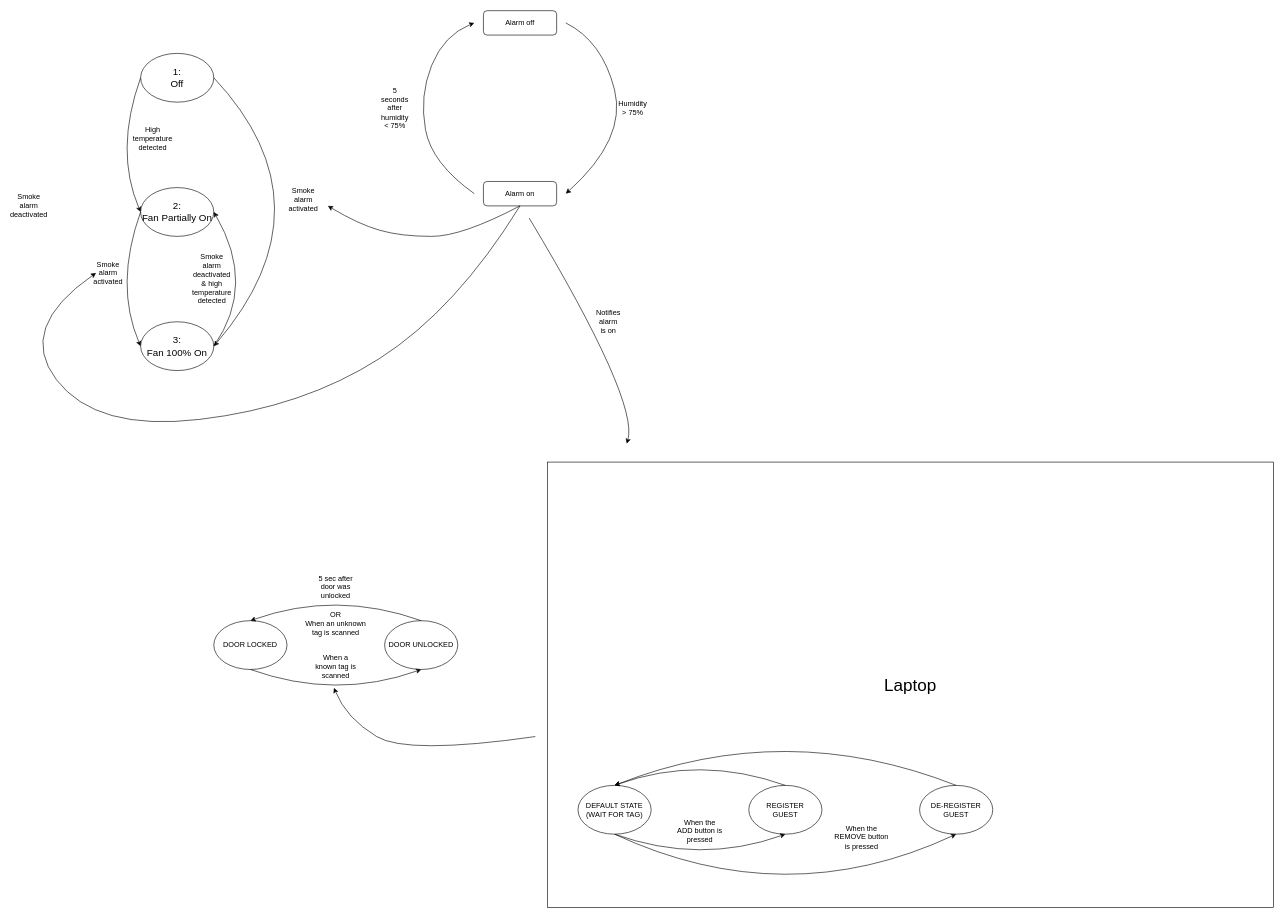
Before: page "Combined Diagrams" (1 of 4) of StudentHouse.drawio in danailgrgv/Smart-home-sem1-project, a draw.io diagram. Source tidied: cells renumbered, new cells numbered last; positions are measured from the earlier drawing's top-left corner, leaving out a move shared by most shapes. Both pictures are drawn from the tidied source at 61%, with x=0, y=0 at pixel (16, 10).
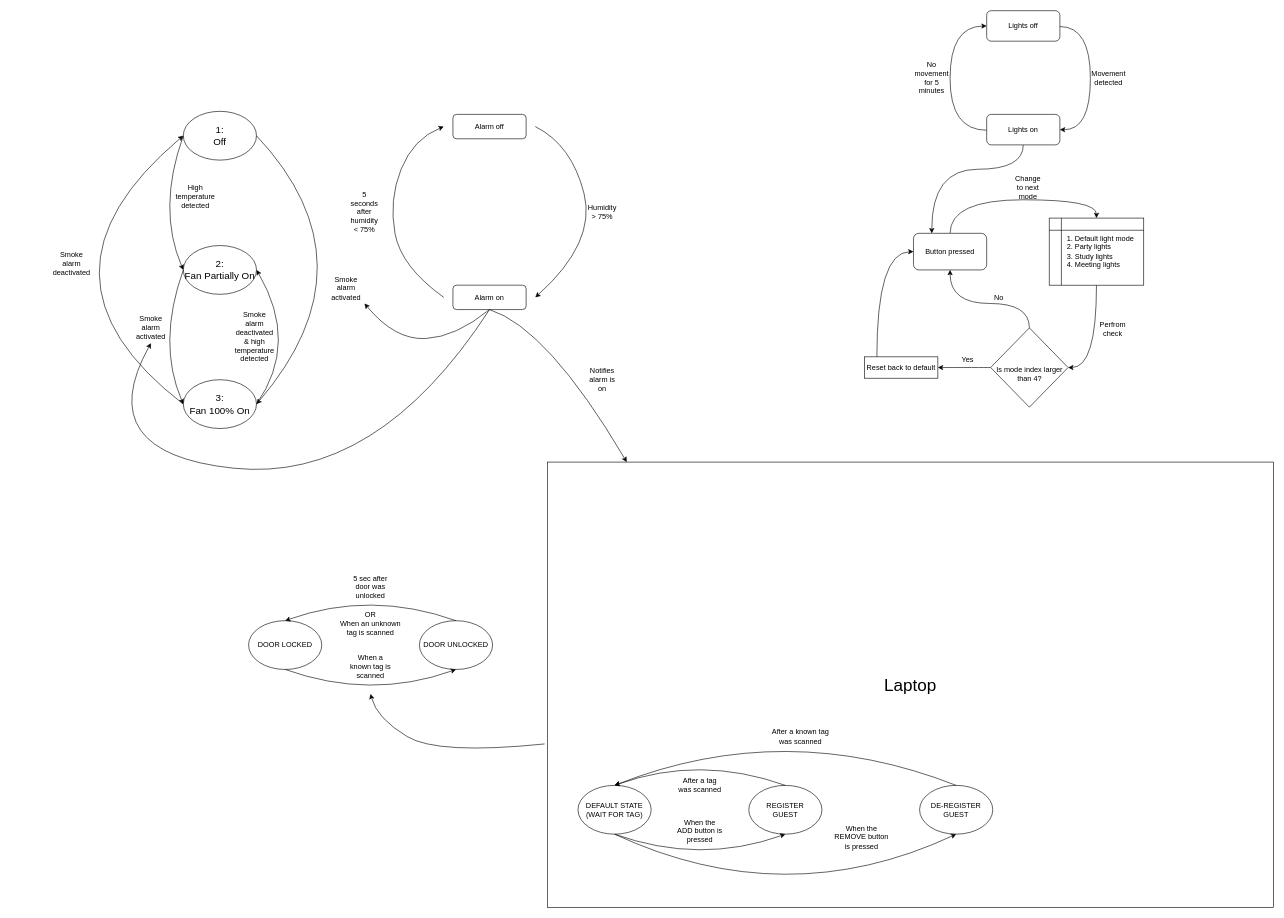
Above is the later version.

The change refers to these unchanged cells:
```xml
<mxCell id="22" value="&lt;font style=&quot;font-size: 28px&quot;&gt;Laptop&lt;/font&gt;" style="rounded=0;whiteSpace=wrap;html=1;" parent="1" vertex="1">
  <mxGeometry x="870" y="740" width="1190" height="730" as="geometry" />
</mxCell>
```

The edit, as a diff of the source:
```diff
@@
     <mxCell id="2" value="&lt;font size=&quot;3&quot;&gt;1:&lt;br&gt;Off&lt;br&gt;&lt;/font&gt;" style="ellipse;whiteSpace=wrap;html=1;direction=west;flipH=0;flipV=0;" parent="1" vertex="1">
-      <mxGeometry x="203" y="70" width="120" height="80" as="geometry" />
+      <mxGeometry x="273" y="165" width="120" height="80" as="geometry" />
     </mxCell>
     <mxCell id="3" value="&lt;font size=&quot;3&quot;&gt;2:&lt;br&gt;Fan Partially On&lt;br&gt;&lt;/font&gt;" style="ellipse;whiteSpace=wrap;html=1;direction=west;flipH=0;flipV=0;" parent="1" vertex="1">
-      <mxGeometry x="203" y="290" width="120" height="80" as="geometry" />
+      <mxGeometry x="273" y="385" width="120" height="80" as="geometry" />
     </mxCell>
     <mxCell id="4" value="&lt;font size=&quot;3&quot;&gt;3:&lt;br&gt;Fan 100% On&lt;br&gt;&lt;/font&gt;" style="ellipse;whiteSpace=wrap;html=1;direction=west;flipH=0;flipV=0;" parent="1" vertex="1">
-      <mxGeometry x="203" y="510" width="120" height="80" as="geometry" />
+      <mxGeometry x="273" y="605" width="120" height="80" as="geometry" />
     </mxCell>
     <mxCell id="5" style="curved=1;endArrow=classic;html=1;exitX=1;exitY=0.5;exitDx=0;exitDy=0;entryX=1;entryY=0.5;entryDx=0;entryDy=0;" parent="1" edge="1" source="2" target="3">
       <mxGeometry relative="1" as="geometry">
         <Array as="points">
-          <mxPoint x="160" y="230" />
+          <mxPoint x="230" y="325" />
         </Array>
       </mxGeometry>
     </mxCell>
     <mxCell id="6" style="curved=1;endArrow=classic;html=1;exitX=1;exitY=0.5;exitDx=0;exitDy=0;entryX=1;entryY=0.5;entryDx=0;entryDy=0;" parent="1" edge="1">
       <mxGeometry relative="1" as="geometry">
-        <mxPoint x="203" y="330" as="sourcePoint" />
-        <mxPoint x="203" y="550" as="targetPoint" />
+        <mxPoint x="273" y="425" as="sourcePoint" />
+        <mxPoint x="273" y="645" as="targetPoint" />
         <Array as="points">
-          <mxPoint x="160" y="450" />
+          <mxPoint x="230" y="545" />
         </Array>
       </mxGeometry>
     </mxCell>
     <mxCell id="7" value="High temperature detected" style="text;html=1;strokeColor=none;fillColor=none;align=center;verticalAlign=middle;whiteSpace=wrap;rounded=0;" parent="1" vertex="1">
-      <mxGeometry x="203" y="200" width="40" height="20" as="geometry" />
+      <mxGeometry x="273" y="295" width="40" height="20" as="geometry" />
     </mxCell>
     <mxCell id="8" style="curved=1;endArrow=classic;html=1;exitX=0;exitY=0.5;exitDx=0;exitDy=0;entryX=0;entryY=0.5;entryDx=0;entryDy=0;" parent="1" edge="1" source="2" target="4">
       <mxGeometry relative="1" as="geometry">
         <Array as="points">
-          <mxPoint x="520" y="320" />
+          <mxPoint x="590" y="415" />
         </Array>
       </mxGeometry>
     </mxCell>
     <mxCell id="9" value="Smoke alarm activated" style="text;html=1;strokeColor=none;fillColor=none;align=center;verticalAlign=middle;whiteSpace=wrap;rounded=0;" parent="1" vertex="1">
-      <mxGeometry x="450" y="300" width="40" height="20" as="geometry" />
+      <mxGeometry x="510" y="430" width="60" height="50" as="geometry" />
     </mxCell>
     <mxCell id="10" value="Smoke alarm activated" style="text;html=1;strokeColor=none;fillColor=none;align=center;verticalAlign=middle;whiteSpace=wrap;rounded=0;" parent="1" vertex="1">
-      <mxGeometry x="130" y="420" width="40" height="20" as="geometry" />
+      <mxGeometry x="190" y="495" width="60" height="50" as="geometry" />
     </mxCell>
     <mxCell id="11" style="curved=1;endArrow=classic;html=1;exitX=1;exitY=0.5;exitDx=0;exitDy=0;entryX=1;entryY=0.5;entryDx=0;entryDy=0;" parent="1" edge="1">
       <mxGeometry relative="1" as="geometry">
-        <mxPoint x="323" y="550" as="sourcePoint" />
-        <mxPoint x="323" y="330" as="targetPoint" />
+        <mxPoint x="393" y="645" as="sourcePoint" />
+        <mxPoint x="393" y="425" as="targetPoint" />
         <Array as="points">
-          <mxPoint x="393" y="450" />
+          <mxPoint x="463" y="545" />
         </Array>
       </mxGeometry>
     </mxCell>
     <mxCell id="12" value="Smoke alarm deactivated &amp;amp; high temperature detected" style="text;html=1;strokeColor=none;fillColor=none;align=center;verticalAlign=middle;whiteSpace=wrap;rounded=0;" parent="1" vertex="1">
-      <mxGeometry x="300" y="430" width="40" height="20" as="geometry" />
+      <mxGeometry x="370" y="525" width="40" height="20" as="geometry" />
     </mxCell>
     <mxCell id="13" value="Smoke alarm deactivated" style="text;html=1;strokeColor=none;fillColor=none;align=center;verticalAlign=middle;whiteSpace=wrap;rounded=0;" parent="1" vertex="1">
-      <mxGeometry y="310" width="40" height="20" as="geometry" />
+      <mxGeometry x="70" y="405" width="40" height="20" as="geometry" />
     </mxCell>
     <mxCell id="14" value="Alarm off" style="rounded=1;whiteSpace=wrap;html=1;" parent="1" vertex="1">
-      <mxGeometry x="765" width="120" height="40" as="geometry" />
+      <mxGeometry x="715" y="170" width="120" height="40" as="geometry" />
     </mxCell>
     <mxCell id="15" value="Alarm on" style="rounded=1;whiteSpace=wrap;html=1;" parent="1" vertex="1">
-      <mxGeometry x="765" y="280" width="120" height="40" as="geometry" />
+      <mxGeometry x="715" y="450" width="120" height="40" as="geometry" />
     </mxCell>
     <mxCell id="16" style="curved=1;endArrow=classic;html=1;" parent="1" edge="1">
       <mxGeometry relative="1" as="geometry">
-        <mxPoint x="750" y="300" as="sourcePoint" />
-        <mxPoint x="750" y="20" as="targetPoint" />
+        <mxPoint x="700" y="470" as="sourcePoint" />
+        <mxPoint x="700" y="190" as="targetPoint" />
         <Array as="points">
-          <mxPoint x="680" y="250" />
-          <mxPoint x="660" y="140" />
-          <mxPoint x="700" y="40" />
+          <mxPoint x="630" y="420" />
+          <mxPoint x="610" y="310" />
+          <mxPoint x="650" y="210" />
         </Array>
       </mxGeometry>
     </mxCell>
     <mxCell id="17" style="curved=1;endArrow=classic;html=1;" parent="1" edge="1">
       <mxGeometry relative="1" as="geometry">
-        <mxPoint x="900" y="20" as="sourcePoint" />
-        <mxPoint x="900" y="300" as="targetPoint" />
+        <mxPoint x="850" y="190" as="sourcePoint" />
+        <mxPoint x="850" y="470" as="targetPoint" />
         <Array as="points">
-          <mxPoint x="960" y="50" />
-          <mxPoint x="1000" y="210" />
+          <mxPoint x="910" y="220" />
+          <mxPoint x="950" y="380" />
         </Array>
       </mxGeometry>
     </mxCell>
     <mxCell id="18" value="Humidity &amp;gt; 75%" style="text;html=1;strokeColor=none;fillColor=none;align=center;verticalAlign=middle;whiteSpace=wrap;rounded=0;" parent="1" vertex="1">
-      <mxGeometry x="990" y="150" width="40" height="20" as="geometry" />
+      <mxGeometry x="940" y="320" width="40" height="20" as="geometry" />
     </mxCell>
     <mxCell id="19" value="5 seconds after humidity &amp;lt; 75%" style="text;html=1;strokeColor=none;fillColor=none;align=center;verticalAlign=middle;whiteSpace=wrap;rounded=0;" parent="1" vertex="1">
-      <mxGeometry x="600" y="150" width="40" height="20" as="geometry" />
+      <mxGeometry x="550" y="320" width="40" height="20" as="geometry" />
     </mxCell>
-    <mxCell id="20" style="curved=1;endArrow=classic;html=1;exitX=0.5;exitY=1;exitDx=0;exitDy=0;" parent="1" edge="1" source="15">
+    <mxCell id="20" style="curved=1;endArrow=classic;html=1;exitX=0.5;exitY=1;exitDx=0;exitDy=0;entryX=1;entryY=1;entryDx=0;entryDy=0;" parent="1" edge="1" source="15" target="9">
       <mxGeometry relative="1" as="geometry">
-        <mxPoint x="510" y="320" as="targetPoint" />
         <Array as="points">
-          <mxPoint x="730" y="370" />
-          <mxPoint x="630" y="370" />
-          <mxPoint x="560" y="350" />
+          <mxPoint x="720" y="535" />
+          <mxPoint x="620" y="540" />
         </Array>
       </mxGeometry>
     </mxCell>
-    <mxCell id="21" style="curved=1;endArrow=classic;html=1;exitX=0.5;exitY=1;exitDx=0;exitDy=0;entryX=0;entryY=0.5;entryDx=0;entryDy=0;" parent="1" edge="1" source="15" target="10">
+    <mxCell id="21" style="curved=1;endArrow=classic;html=1;exitX=0.5;exitY=1;exitDx=0;exitDy=0;entryX=0.5;entryY=1;entryDx=0;entryDy=0;" parent="1" edge="1" source="15" target="10">
       <mxGeometry relative="1" as="geometry">
         <Array as="points">
-          <mxPoint x="720" y="490" />
-          <mxPoint x="470" y="650" />
-          <mxPoint x="130" y="690" />
-          <mxPoint y="520" />
+          <mxPoint x="590" y="775" />
+          <mxPoint x="120" y="725" />
         </Array>
       </mxGeometry>
     </mxCell>
@@
-    <mxCell id="23" style="curved=1;endArrow=classic;html=1;" parent="1" edge="1">
+    <mxCell id="23" style="curved=1;endArrow=classic;html=1;exitX=0.5;exitY=1;exitDx=0;exitDy=0;" parent="1" edge="1" source="15">
       <mxGeometry relative="1" as="geometry">
-        <mxPoint x="840" y="340" as="sourcePoint" />
-        <mxPoint x="1000" y="710" as="targetPoint" />
+        <mxPoint x="1000" y="740" as="targetPoint" />
         <Array as="points">
-          <mxPoint x="1020" y="640" />
+          <mxPoint x="870" y="520" />
         </Array>
       </mxGeometry>
     </mxCell>
     <mxCell id="24" value="Notifies alarm is on" style="text;html=1;strokeColor=none;fillColor=none;align=center;verticalAlign=middle;whiteSpace=wrap;rounded=0;" parent="1" vertex="1">
-      <mxGeometry x="950" y="500" width="40" height="20" as="geometry" />
+      <mxGeometry x="930" y="580" width="60" height="50" as="geometry" />
     </mxCell>
@@
     <mxCell id="34" value="DOOR LOCKED" style="ellipse;whiteSpace=wrap;html=1;" parent="1" vertex="1">
-      <mxGeometry x="323" y="1000" width="120" height="80" as="geometry" />
+      <mxGeometry x="380" y="1000" width="120" height="80" as="geometry" />
     </mxCell>
     <mxCell id="35" value="DOOR UNLOCKED" style="ellipse;whiteSpace=wrap;html=1;" parent="1" vertex="1">
-      <mxGeometry x="603" y="1000" width="120" height="80" as="geometry" />
+      <mxGeometry x="660" y="1000" width="120" height="80" as="geometry" />
     </mxCell>
     <mxCell id="36" style="curved=1;endArrow=classic;html=1;exitX=0.5;exitY=1;exitDx=0;exitDy=0;entryX=0.5;entryY=1;entryDx=0;entryDy=0;" parent="1" edge="1" source="34" target="35">
       <mxGeometry relative="1" as="geometry">
         <Array as="points">
-          <mxPoint x="523" y="1130" />
+          <mxPoint x="580" y="1130" />
         </Array>
       </mxGeometry>
     </mxCell>
     <mxCell id="37" style="curved=1;endArrow=classic;html=1;exitX=0.5;exitY=0;exitDx=0;exitDy=0;entryX=0.5;entryY=0;entryDx=0;entryDy=0;" parent="1" edge="1" source="35" target="34">
       <mxGeometry relative="1" as="geometry">
         <Array as="points">
-          <mxPoint x="523" y="950" />
+          <mxPoint x="580" y="950" />
         </Array>
       </mxGeometry>
     </mxCell>
     <mxCell id="38" value="&lt;div&gt;5 sec after door was unlocked&lt;/div&gt;" style="text;html=1;strokeColor=none;fillColor=none;align=center;verticalAlign=middle;whiteSpace=wrap;rounded=0;" parent="1" vertex="1">
-      <mxGeometry x="483" y="920" width="80" height="50" as="geometry" />
+      <mxGeometry x="540" y="920" width="80" height="50" as="geometry" />
     </mxCell>
     <mxCell id="39" value="&lt;div&gt;When a known tag is scanned&lt;/div&gt;" style="text;html=1;strokeColor=none;fillColor=none;align=center;verticalAlign=middle;whiteSpace=wrap;rounded=0;" parent="1" vertex="1">
-      <mxGeometry x="483" y="1050" width="80" height="50" as="geometry" />
+      <mxGeometry x="540" y="1050" width="80" height="50" as="geometry" />
     </mxCell>
     <mxCell id="40" value="&lt;div&gt;OR&lt;/div&gt;&lt;div&gt;When an unknown tag is scanned&lt;/div&gt;" style="text;html=1;strokeColor=none;fillColor=none;align=center;verticalAlign=middle;whiteSpace=wrap;rounded=0;" parent="1" vertex="1">
-      <mxGeometry x="468" y="980" width="110" height="50" as="geometry" />
+      <mxGeometry x="525" y="980" width="110" height="50" as="geometry" />
     </mxCell>
-    <mxCell id="41" style="curved=1;endArrow=classic;html=1;" parent="1" edge="1">
+    <mxCell id="41" style="curved=1;endArrow=classic;html=1;exitX=-0.004;exitY=0.633;exitDx=0;exitDy=0;exitPerimeter=0;" parent="1" edge="1" source="22">
       <mxGeometry relative="1" as="geometry">
-        <mxPoint x="850" y="1190" as="sourcePoint" />
-        <mxPoint x="520" y="1110" as="targetPoint" />
+        <mxPoint x="580" y="1120" as="targetPoint" />
         <Array as="points">
-          <mxPoint x="640" y="1220" />
-          <mxPoint x="540" y="1160" />
+          <mxPoint x="690" y="1220" />
+          <mxPoint x="590" y="1160" />
         </Array>
       </mxGeometry>
     </mxCell>
+    <mxCell id="42" style="curved=1;endArrow=classic;html=1;exitX=0;exitY=0.5;exitDx=0;exitDy=0;entryX=0;entryY=0.5;entryDx=0;entryDy=0;" parent="1" edge="1">
+      <mxGeometry relative="1" as="geometry">
+        <mxPoint x="273" y="645" as="sourcePoint" />
+        <mxPoint x="273" y="205" as="targetPoint" />
+        <Array as="points">
+          <mxPoint y="435" />
+        </Array>
+      </mxGeometry>
+    </mxCell>
+    <mxCell id="43" value="After a known tag was scanned" style="text;html=1;strokeColor=none;fillColor=none;align=center;verticalAlign=middle;whiteSpace=wrap;rounded=0;" parent="1" vertex="1">
+      <mxGeometry x="1235" y="1170" width="100" height="40" as="geometry" />
+    </mxCell>
+    <mxCell id="44" value="&lt;div&gt;After a tag was scanned&lt;/div&gt;" style="text;html=1;strokeColor=none;fillColor=none;align=center;verticalAlign=middle;whiteSpace=wrap;rounded=0;" parent="1" vertex="1">
+      <mxGeometry x="1080" y="1250" width="80" height="40" as="geometry" />
+    </mxCell>
+    <mxCell id="45" style="edgeStyle=orthogonalEdgeStyle;jettySize=auto;html=1;entryX=1;entryY=0.5;entryDx=0;entryDy=0;curved=1;" parent="1" edge="1" source="46" target="49">
+      <mxGeometry relative="1" as="geometry">
+        <Array as="points">
+          <mxPoint x="1760" y="26" />
+          <mxPoint x="1760" y="196" />
+        </Array>
+      </mxGeometry>
+    </mxCell>
+    <mxCell id="46" value="Lights off" style="rounded=1;whiteSpace=wrap;html=1;" parent="1" vertex="1">
+      <mxGeometry x="1590" width="120" height="50" as="geometry" />
+    </mxCell>
+    <mxCell id="47" style="edgeStyle=orthogonalEdgeStyle;curved=1;jettySize=auto;html=1;entryX=0;entryY=0.5;entryDx=0;entryDy=0;" parent="1" edge="1" source="49" target="46">
+      <mxGeometry relative="1" as="geometry">
+        <Array as="points">
+          <mxPoint x="1530" y="196" />
+          <mxPoint x="1530" y="26" />
+        </Array>
+      </mxGeometry>
+    </mxCell>
+    <mxCell id="48" style="edgeStyle=orthogonalEdgeStyle;curved=1;jettySize=auto;html=1;entryX=0.25;entryY=0;entryDx=0;entryDy=0;" parent="1" edge="1" source="49" target="55">
+      <mxGeometry relative="1" as="geometry">
+        <Array as="points">
+          <mxPoint x="1650" y="260" />
+          <mxPoint x="1500" y="260" />
+        </Array>
+      </mxGeometry>
+    </mxCell>
+    <mxCell id="49" value="Lights on" style="rounded=1;whiteSpace=wrap;html=1;" parent="1" vertex="1">
+      <mxGeometry x="1590" y="170" width="120" height="50" as="geometry" />
+    </mxCell>
+    <mxCell id="50" value="Movement detected" style="text;html=1;strokeColor=none;fillColor=none;align=center;verticalAlign=middle;whiteSpace=wrap;rounded=0;" parent="1" vertex="1">
+      <mxGeometry x="1770" y="100" width="40" height="20" as="geometry" />
+    </mxCell>
+    <mxCell id="51" value="No movement for 5 minutes" style="text;html=1;strokeColor=none;fillColor=none;align=center;verticalAlign=middle;whiteSpace=wrap;rounded=0;" parent="1" vertex="1">
+      <mxGeometry x="1480" y="100" width="40" height="20" as="geometry" />
+    </mxCell>
+    <mxCell id="52" style="edgeStyle=orthogonalEdgeStyle;curved=1;jettySize=auto;html=1;entryX=1;entryY=0.5;entryDx=0;entryDy=0;" parent="1" edge="1" source="53" target="59">
+      <mxGeometry relative="1" as="geometry" />
+    </mxCell>
+    <mxCell id="53" value="&lt;div align=&quot;left&quot;&gt;&lt;ol&gt;&lt;li&gt;Default light mode&lt;/li&gt;&lt;li&gt;Party lights&lt;/li&gt;&lt;li&gt;Study lights&lt;/li&gt;&lt;li&gt;Meeting lights&lt;br&gt;&lt;/li&gt;&lt;/ol&gt;&lt;/div&gt;" style="shape=internalStorage;whiteSpace=wrap;html=1;backgroundOutline=1;align=left;" parent="1" vertex="1">
+      <mxGeometry x="1692.5" y="340" width="155" height="110" as="geometry" />
+    </mxCell>
+    <mxCell id="54" style="edgeStyle=orthogonalEdgeStyle;curved=1;jettySize=auto;html=1;entryX=0.5;entryY=0;entryDx=0;entryDy=0;" parent="1" edge="1" source="55" target="53">
+      <mxGeometry relative="1" as="geometry">
+        <Array as="points">
+          <mxPoint x="1530" y="310" />
+          <mxPoint x="1770" y="310" />
+        </Array>
+      </mxGeometry>
+    </mxCell>
+    <mxCell id="55" value="Button pressed" style="rounded=1;whiteSpace=wrap;html=1;" parent="1" vertex="1">
+      <mxGeometry x="1470" y="365" width="120" height="60" as="geometry" />
+    </mxCell>
+    <mxCell id="56" value="Change to next mode" style="text;html=1;strokeColor=none;fillColor=none;align=center;verticalAlign=middle;whiteSpace=wrap;rounded=0;" parent="1" vertex="1">
+      <mxGeometry x="1638" y="280" width="40" height="20" as="geometry" />
+    </mxCell>
+    <mxCell id="57" style="edgeStyle=orthogonalEdgeStyle;curved=1;jettySize=auto;html=1;entryX=0.5;entryY=1;entryDx=0;entryDy=0;" parent="1" edge="1" source="59" target="55">
+      <mxGeometry relative="1" as="geometry">
+        <Array as="points">
+          <mxPoint x="1660" y="480" />
+          <mxPoint x="1530" y="480" />
+        </Array>
+      </mxGeometry>
+    </mxCell>
+    <mxCell id="58" style="edgeStyle=orthogonalEdgeStyle;curved=1;jettySize=auto;html=1;entryX=1;entryY=0.5;entryDx=0;entryDy=0;" parent="1" edge="1" source="59" target="63">
+      <mxGeometry relative="1" as="geometry" />
+    </mxCell>
+    <mxCell id="59" value="Is mode index larger than 4?" style="rhombus;whiteSpace=wrap;html=1;verticalAlign=middle;spacingTop=22;" parent="1" vertex="1">
+      <mxGeometry x="1596.5" y="520" width="127" height="130" as="geometry" />
+    </mxCell>
+    <mxCell id="60" value="Perfrom check" style="text;html=1;strokeColor=none;fillColor=none;align=center;verticalAlign=middle;whiteSpace=wrap;rounded=0;" parent="1" vertex="1">
+      <mxGeometry x="1777" y="512" width="40" height="20" as="geometry" />
+    </mxCell>
+    <mxCell id="61" value="No" style="text;html=1;strokeColor=none;fillColor=none;align=center;verticalAlign=middle;whiteSpace=wrap;rounded=0;" parent="1" vertex="1">
+      <mxGeometry x="1590" y="460" width="40" height="20" as="geometry" />
+    </mxCell>
+    <mxCell id="62" style="edgeStyle=orthogonalEdgeStyle;curved=1;jettySize=auto;html=1;entryX=0;entryY=0.5;entryDx=0;entryDy=0;" parent="1" edge="1" source="63" target="55">
+      <mxGeometry relative="1" as="geometry">
+        <Array as="points">
+          <mxPoint x="1410" y="396" />
+        </Array>
+      </mxGeometry>
+    </mxCell>
+    <mxCell id="63" value="Reset back to default" style="rounded=0;whiteSpace=wrap;html=1;" parent="1" vertex="1">
+      <mxGeometry x="1390" y="567.5" width="120" height="35" as="geometry" />
+    </mxCell>
+    <mxCell id="64" value="Yes" style="text;html=1;strokeColor=none;fillColor=none;align=center;verticalAlign=middle;whiteSpace=wrap;rounded=0;" parent="1" vertex="1">
+      <mxGeometry x="1539" y="563" width="40" height="20" as="geometry" />
+    </mxCell>
```
